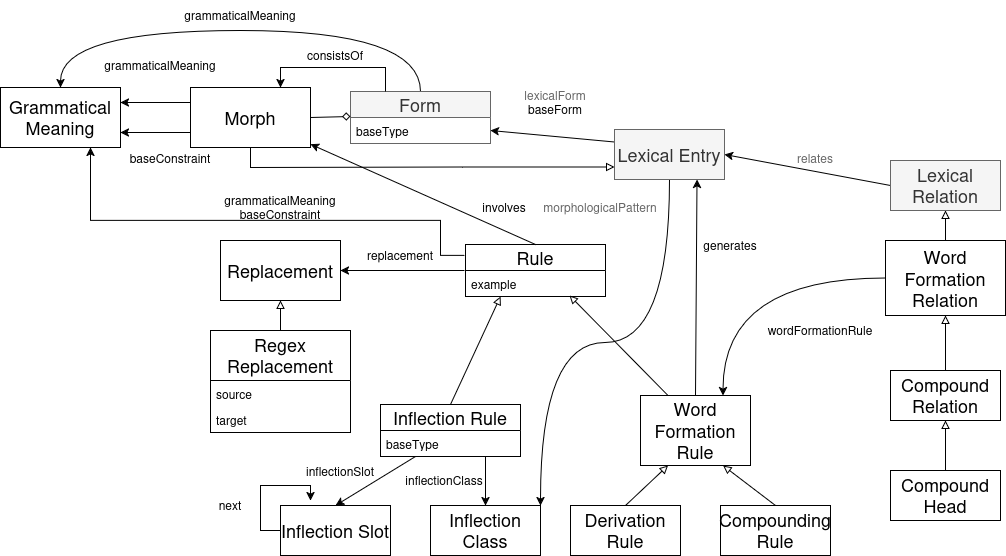
Above: OntoLex Morph.drawio.png in ontolex/morph (draw.io), before the change. Source tidied: cells renumbered, new cells last; positions are measured from the earlier drawing's top-left corner, leaving out a move shared by most shapes.
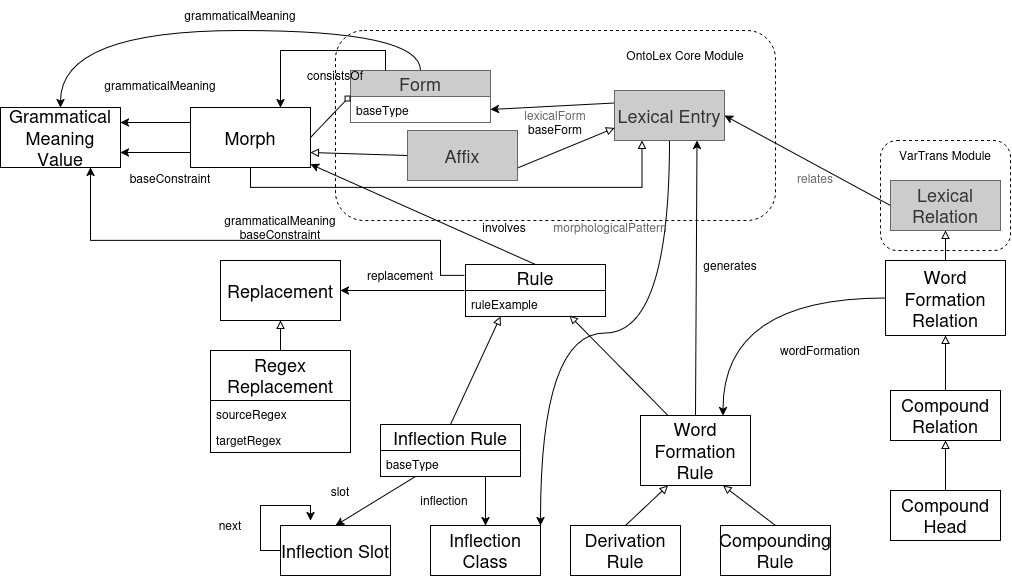
Later version of the same file.

What changed in the source:
```diff
@@ -2,28 +2,31 @@
   <root>
     <mxCell id="0" />
     <mxCell id="1" parent="0" />
+    <mxCell id="64" style="rounded=1;whiteSpace=wrap;html=1;roundedPerimeter=1;fillColor=none;dashed=1;" parent="1" vertex="1">
+      <mxGeometry x="335" y="10" width="440" height="190" as="geometry" />
+    </mxCell>
     <mxCell id="2" style="edgeStyle=none;rounded=0;jettySize=auto;html=1;exitX=1;exitY=0.75;exitDx=0;exitDy=0;entryX=0;entryY=0.25;entryDx=0;entryDy=0;startArrow=classic;startFill=1;endArrow=none;endFill=0;" parent="1" edge="1" source="7" target="5">
       <mxGeometry relative="1" as="geometry" />
     </mxCell>
     <mxCell id="3" style="edgeStyle=orthogonalEdgeStyle;curved=1;rounded=0;jettySize=auto;html=1;exitX=0.5;exitY=1;exitDx=0;exitDy=0;entryX=1;entryY=0;entryDx=0;entryDy=0;" parent="1" edge="1" source="5" target="30">
       <mxGeometry relative="1" as="geometry" />
     </mxCell>
-    <mxCell id="4" style="edgeStyle=orthogonalEdgeStyle;rounded=0;jettySize=auto;html=1;exitX=0;exitY=0.75;exitDx=0;exitDy=0;entryX=0.5;entryY=1;entryDx=0;entryDy=0;endArrow=none;endFill=0;startArrow=block;startFill=0;" parent="1" edge="1" source="5" target="13">
-      <mxGeometry relative="1" as="geometry" />
+    <mxCell id="4" style="edgeStyle=orthogonalEdgeStyle;rounded=0;jettySize=auto;html=1;exitX=0.25;exitY=1;exitDx=0;exitDy=0;entryX=0.5;entryY=1;entryDx=0;entryDy=0;endArrow=none;endFill=0;startArrow=block;startFill=0;" parent="1" edge="1" source="5" target="13">
+      <mxGeometry x="0.03" relative="1" as="geometry" />
     </mxCell>
-    <mxCell id="5" value="&lt;font size=&quot;1&quot;&gt;&lt;span style=&quot;font-size: 18px;&quot;&gt;Lexical Entry&lt;/span&gt;&lt;/font&gt;" style="html=1;whiteSpace=wrap;fillColor=#f5f5f5;fontColor=#333333;strokeColor=#666666;" parent="1" vertex="1">
-      <mxGeometry x="614" y="129" width="110" height="50" as="geometry" />
+    <mxCell id="5" value="&lt;font size=&quot;1&quot;&gt;&lt;span style=&quot;font-size: 18px;&quot;&gt;Lexical Entry&lt;/span&gt;&lt;/font&gt;" style="html=1;whiteSpace=wrap;fillColor=#cccccc;strokeColor=#666666;fontColor=#333333;" parent="1" vertex="1">
+      <mxGeometry x="614" y="70" width="110" height="50" as="geometry" />
     </mxCell>
     <mxCell id="6" style="edgeStyle=orthogonalEdgeStyle;curved=1;rounded=0;jettySize=auto;html=1;exitX=0.5;exitY=0;exitDx=0;exitDy=0;entryX=0.5;entryY=0;entryDx=0;entryDy=0;" parent="1" edge="1" source="7" target="17">
       <mxGeometry relative="1" as="geometry">
         <Array as="points">
-          <mxPoint x="420" y="30" />
-          <mxPoint x="60" y="30" />
+          <mxPoint x="420" y="10" />
+          <mxPoint x="60" y="10" />
         </Array>
       </mxGeometry>
     </mxCell>
-    <mxCell id="7" value="&lt;font style=&quot;font-size: 18px;&quot;&gt;Form&lt;/font&gt;" style="swimlane;fontStyle=0;horizontal=1;startSize=26;fillColor=#f5f5f5;whiteSpace=wrap;html=1;fontColor=#333333;strokeColor=#666666;" parent="1" vertex="1">
-      <mxGeometry x="350" y="91" width="140" height="52" as="geometry" />
+    <mxCell id="7" value="&lt;font style=&quot;font-size: 18px;&quot;&gt;Form&lt;/font&gt;" style="swimlane;fontStyle=0;horizontal=1;startSize=26;fillColor=#cccccc;whiteSpace=wrap;html=1;fontColor=#333333;strokeColor=#666666;" parent="1" vertex="1">
+      <mxGeometry x="350" y="50" width="140" height="52" as="geometry" />
     </mxCell>
     <mxCell id="8" value="baseType" style="text;strokeColor=none;fillColor=none;align=left;verticalAlign=top;spacingLeft=4;spacingRight=4;overflow=hidden;points=[[0,0.5],[1,0.5]];portConstraint=eastwest;whiteSpace=wrap;html=1;" parent="7" vertex="1">
       <mxGeometry y="26" width="140" height="26" as="geometry" />
@@ -61,7 +64,7 @@
     <mxCell id="16" style="edgeStyle=none;rounded=0;jettySize=auto;html=1;exitX=0.5;exitY=0;exitDx=0;exitDy=0;" parent="1" edge="1" source="61" target="13">
       <mxGeometry relative="1" as="geometry" />
     </mxCell>
-    <mxCell id="17" value="&lt;font style=&quot;font-size: 18px;&quot;&gt;Grammatical Meaning&lt;/font&gt;" style="rounded=0;whiteSpace=wrap;html=1;" parent="1" vertex="1">
+    <mxCell id="17" value="&lt;font style=&quot;font-size: 18px;&quot;&gt;Grammatical Meaning Value&lt;/font&gt;" style="rounded=0;whiteSpace=wrap;html=1;" parent="1" vertex="1">
       <mxGeometry y="87" width="120" height="60" as="geometry" />
     </mxCell>
     <mxCell id="18" value="grammaticalMeaning" style="text;html=1;align=center;verticalAlign=middle;whiteSpace=wrap;rounded=0;" parent="1" vertex="1">
@@ -105,10 +108,10 @@
     <mxCell id="30" value="&lt;font style=&quot;font-size: 18px;&quot;&gt;Inflection Class&lt;/font&gt;" style="html=1;whiteSpace=wrap;" parent="1" vertex="1">
       <mxGeometry x="430" y="505" width="110" height="50" as="geometry" />
     </mxCell>
-    <mxCell id="31" value="inflectionSlot" style="text;html=1;align=center;verticalAlign=middle;whiteSpace=wrap;rounded=0;" parent="1" vertex="1">
+    <mxCell id="31" value="slot" style="text;html=1;align=center;verticalAlign=middle;whiteSpace=wrap;rounded=0;" parent="1" vertex="1">
       <mxGeometry x="310" y="456" width="60" height="30" as="geometry" />
     </mxCell>
-    <mxCell id="32" value="inflectionClass" style="text;html=1;align=center;verticalAlign=middle;whiteSpace=wrap;rounded=0;" parent="1" vertex="1">
+    <mxCell id="32" value="inflection" style="text;html=1;align=center;verticalAlign=middle;whiteSpace=wrap;rounded=0;" parent="1" vertex="1">
       <mxGeometry x="414" y="465" width="60" height="30" as="geometry" />
     </mxCell>
     <mxCell id="33" style="edgeStyle=none;rounded=0;jettySize=auto;html=1;exitX=0.5;exitY=0;exitDx=0;exitDy=0;entryX=0.25;entryY=1;entryDx=0;entryDy=0;endArrow=block;endFill=0;" parent="1" edge="1" source="34" target="26">
@@ -126,7 +129,7 @@
     <mxCell id="37" style="edgeStyle=none;rounded=0;jettySize=auto;html=1;exitX=0;exitY=0.5;exitDx=0;exitDy=0;entryX=1;entryY=0.5;entryDx=0;entryDy=0;" parent="1" edge="1" source="38" target="5">
       <mxGeometry relative="1" as="geometry" />
     </mxCell>
-    <mxCell id="38" value="&lt;font style=&quot;font-size: 18px;&quot;&gt;Lexical Relation&lt;/font&gt;" style="html=1;whiteSpace=wrap;fillColor=#f5f5f5;fontColor=#333333;strokeColor=#666666;" parent="1" vertex="1">
+    <mxCell id="38" value="&lt;font style=&quot;font-size: 18px;&quot;&gt;Lexical Relation&lt;/font&gt;" style="html=1;whiteSpace=wrap;fillColor=#cccccc;fontColor=#333333;strokeColor=#666666;" parent="1" vertex="1">
       <mxGeometry x="890" y="160" width="110" height="50" as="geometry" />
     </mxCell>
     <mxCell id="39" value="relates" style="text;html=1;align=center;verticalAlign=middle;whiteSpace=wrap;rounded=0;fontColor=#666666;" parent="1" vertex="1">
@@ -138,10 +141,10 @@
     <mxCell id="41" value="&lt;font style=&quot;font-size: 18px;&quot;&gt;Regex Replacement&lt;/font&gt;" style="swimlane;fontStyle=0;horizontal=1;startSize=50;fillColor=none;whiteSpace=wrap;html=1;" parent="1" vertex="1">
       <mxGeometry x="210" y="330" width="140" height="102" as="geometry" />
     </mxCell>
-    <mxCell id="42" value="source" style="text;strokeColor=none;fillColor=none;align=left;verticalAlign=top;spacingLeft=4;spacingRight=4;overflow=hidden;whiteSpace=wrap;html=1;" parent="41" vertex="1">
+    <mxCell id="42" value="sourceRegex" style="text;strokeColor=none;fillColor=none;align=left;verticalAlign=top;spacingLeft=4;spacingRight=4;overflow=hidden;whiteSpace=wrap;html=1;" parent="41" vertex="1">
       <mxGeometry y="50" width="140" height="26" as="geometry" />
     </mxCell>
-    <mxCell id="43" value="target" style="text;strokeColor=none;fillColor=none;align=left;verticalAlign=top;spacingLeft=4;spacingRight=4;overflow=hidden;whiteSpace=wrap;html=1;" parent="41" vertex="1">
+    <mxCell id="43" value="targetRegex" style="text;strokeColor=none;fillColor=none;align=left;verticalAlign=top;spacingLeft=4;spacingRight=4;overflow=hidden;whiteSpace=wrap;html=1;" parent="41" vertex="1">
       <mxGeometry y="76" width="140" height="26" as="geometry" />
     </mxCell>
     <mxCell id="44" value="&lt;font style=&quot;font-size: 18px;&quot;&gt;Replacement&lt;/font&gt;" style="rounded=0;whiteSpace=wrap;html=1;" parent="1" vertex="1">
@@ -171,20 +174,20 @@
     <mxCell id="52" value="replacement" style="text;html=1;align=center;verticalAlign=middle;whiteSpace=wrap;rounded=0;" parent="1" vertex="1">
       <mxGeometry x="370" y="240" width="60" height="30" as="geometry" />
     </mxCell>
-    <mxCell id="53" value="wordFormationRule" style="text;html=1;align=center;verticalAlign=middle;whiteSpace=wrap;rounded=0;" parent="1" vertex="1">
+    <mxCell id="53" value="&lt;div&gt;wordFormation&lt;/div&gt;" style="text;html=1;align=center;verticalAlign=middle;whiteSpace=wrap;rounded=0;" parent="1" vertex="1">
       <mxGeometry x="790" y="315" width="60" height="30" as="geometry" />
     </mxCell>
     <mxCell id="54" value="baseConstraint" style="text;html=1;align=center;verticalAlign=middle;whiteSpace=wrap;rounded=0;" parent="1" vertex="1">
       <mxGeometry x="140" y="143" width="60" height="30" as="geometry" />
     </mxCell>
     <mxCell id="55" value="grammaticalMeaning" style="text;html=1;align=center;verticalAlign=middle;whiteSpace=wrap;rounded=0;" parent="1" vertex="1">
-      <mxGeometry x="210" width="60" height="30" as="geometry" />
+      <mxGeometry x="210" y="-20" width="60" height="30" as="geometry" />
     </mxCell>
     <mxCell id="56" value="&lt;div&gt;grammaticalMeaning&lt;/div&gt;&lt;div&gt;baseConstraint&lt;/div&gt;" style="text;html=1;align=center;verticalAlign=middle;whiteSpace=wrap;rounded=0;" parent="1" vertex="1">
       <mxGeometry x="250" y="192" width="60" height="30" as="geometry" />
     </mxCell>
     <mxCell id="57" value="&lt;div&gt;morphologicalPattern&lt;/div&gt;" style="text;html=1;align=center;verticalAlign=middle;whiteSpace=wrap;rounded=0;fontColor=#666666;" parent="1" vertex="1">
-      <mxGeometry x="570" y="192" width="60" height="30" as="geometry" />
+      <mxGeometry x="580" y="192" width="60" height="30" as="geometry" />
     </mxCell>
     <mxCell id="58" value="consistsOf" style="text;html=1;align=center;verticalAlign=middle;whiteSpace=wrap;rounded=0;" parent="1" vertex="1">
       <mxGeometry x="305" y="40" width="60" height="30" as="geometry" />
@@ -198,11 +201,29 @@
     <mxCell id="61" value="&lt;font style=&quot;font-size: 18px;&quot;&gt;Rule&lt;/font&gt;" style="swimlane;fontStyle=0;horizontal=1;startSize=26;fillColor=none;whiteSpace=wrap;html=1;" parent="1" vertex="1">
       <mxGeometry x="465" y="244" width="140" height="52" as="geometry" />
     </mxCell>
-    <mxCell id="62" value="example" style="text;strokeColor=none;fillColor=none;align=left;verticalAlign=top;spacingLeft=4;spacingRight=4;overflow=hidden;points=[[0,0.5],[1,0.5]];portConstraint=eastwest;whiteSpace=wrap;html=1;" parent="61" vertex="1">
+    <mxCell id="62" value="ruleExample" style="text;strokeColor=none;fillColor=none;align=left;verticalAlign=top;spacingLeft=4;spacingRight=4;overflow=hidden;points=[[0,0.5],[1,0.5]];portConstraint=eastwest;whiteSpace=wrap;html=1;" parent="61" vertex="1">
       <mxGeometry y="26" width="140" height="26" as="geometry" />
     </mxCell>
     <mxCell id="63" value="generates" style="text;html=1;align=center;verticalAlign=middle;whiteSpace=wrap;rounded=0;" parent="1" vertex="1">
       <mxGeometry x="700" y="230" width="60" height="30" as="geometry" />
     </mxCell>
+    <mxCell id="65" style="edgeStyle=none;rounded=0;jettySize=auto;html=1;exitX=0;exitY=0.5;exitDx=0;exitDy=0;entryX=1;entryY=0.75;entryDx=0;entryDy=0;defaultLabelBackgroundColor=page;endArrow=block;endFill=0;" parent="1" edge="1" source="67" target="13">
+      <mxGeometry relative="1" as="geometry" />
+    </mxCell>
+    <mxCell id="66" style="edgeStyle=none;rounded=0;jettySize=auto;html=1;exitX=1;exitY=0.75;exitDx=0;exitDy=0;entryX=0;entryY=0.75;entryDx=0;entryDy=0;defaultLabelBackgroundColor=page;endArrow=block;endFill=0;" parent="1" edge="1" source="67" target="5">
+      <mxGeometry relative="1" as="geometry" />
+    </mxCell>
+    <mxCell id="67" value="&lt;font style=&quot;font-size: 18px;&quot;&gt;Affix&lt;/font&gt;" style="html=1;whiteSpace=wrap;fillColor=#cccccc;fontColor=#333333;strokeColor=#666666;fontSize=13;" parent="1" vertex="1">
+      <mxGeometry x="407" y="110" width="110" height="50" as="geometry" />
+    </mxCell>
+    <mxCell id="68" value="OntoLex Core Module" style="text;html=1;whiteSpace=wrap;strokeColor=none;fillColor=none;align=center;verticalAlign=middle;rounded=0;" parent="1" vertex="1">
+      <mxGeometry x="620" y="20" width="130" height="30" as="geometry" />
+    </mxCell>
+    <mxCell id="69" style="rounded=1;whiteSpace=wrap;html=1;roundedPerimeter=1;fillColor=none;dashed=1;" parent="1" vertex="1">
+      <mxGeometry x="880" y="120" width="130" height="110" as="geometry" />
+    </mxCell>
+    <mxCell id="70" value="VarTrans Module" style="text;html=1;whiteSpace=wrap;strokeColor=none;fillColor=none;align=center;verticalAlign=middle;rounded=0;" parent="1" vertex="1">
+      <mxGeometry x="890" y="120" width="110" height="30" as="geometry" />
+    </mxCell>
   </root>
 </mxGraphModel>
```
